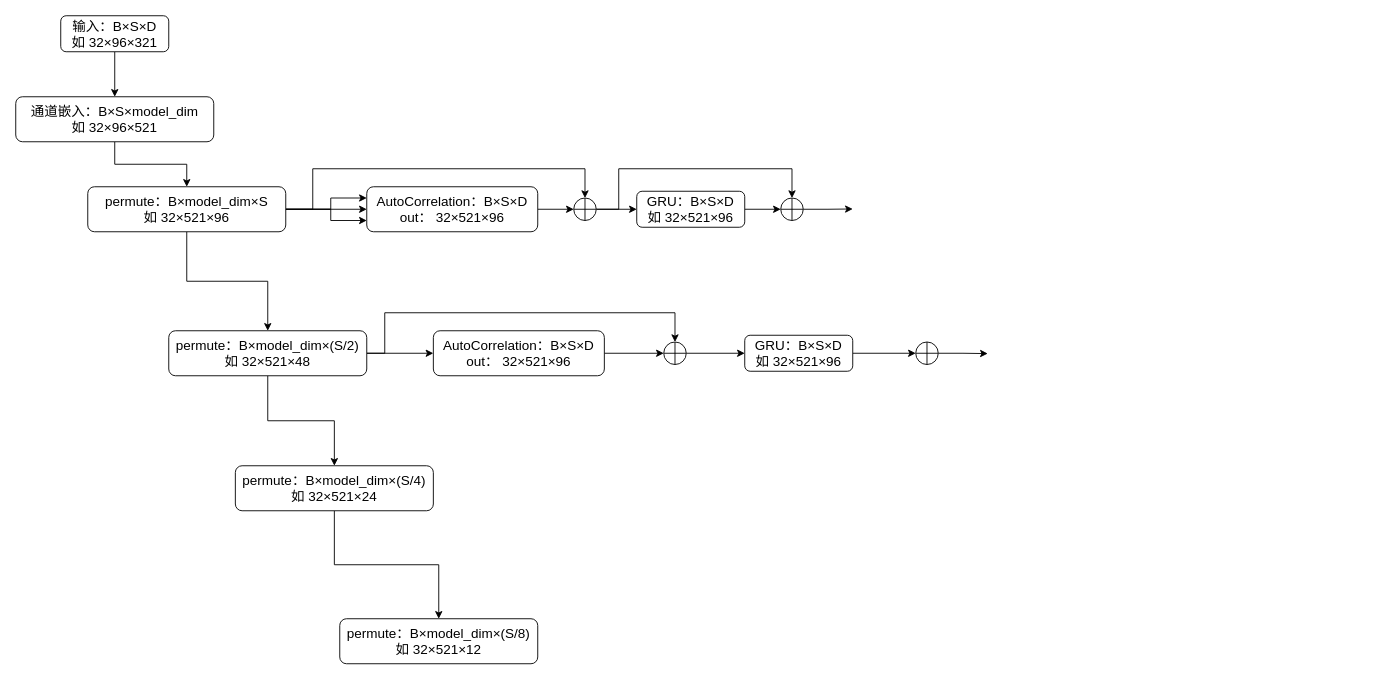
Above: 未命名绘图.drawio in dearRongerr/draw.io (draw.io), before the change. Source tidied: cells renumbered, new cells numbered last; positions are measured from the earlier drawing's top-left corner, leaving out a move shared by most shapes. Both pictures are drawn from the tidied source at 90%, with x=0, y=0 at pixel (15, 15).
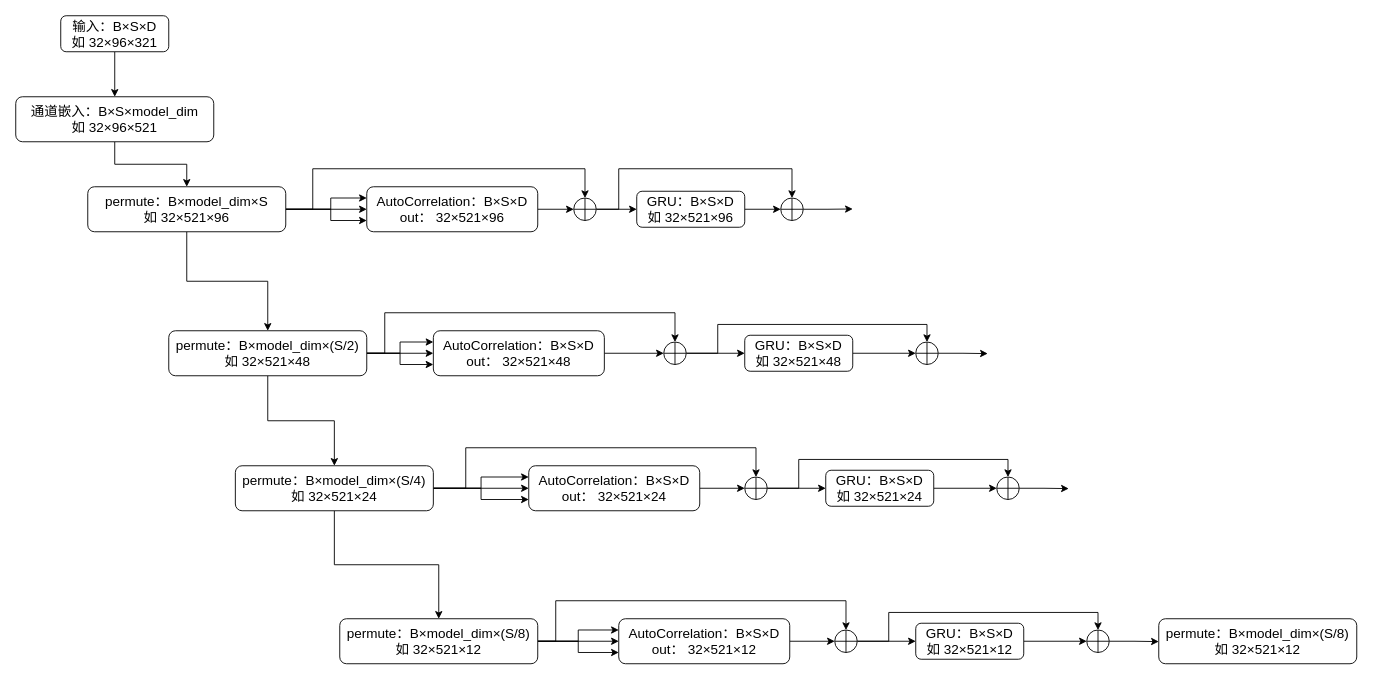
After the change.

Commit message (it also covers changes not shown here):
更新未命名绘图.drawio

The change refers to these unchanged cells:
```xml
<mxCell id="15" value="&lt;font style=&quot;font-size: 15px;&quot;&gt;permute：B×model_dim&lt;/font&gt;&lt;span style=&quot;font-size: 15px;&quot;&gt;×(S/2)&lt;/span&gt;&lt;div&gt;&lt;font style=&quot;font-size: 15px;&quot;&gt;如 32×521×48&lt;/font&gt;&lt;/div&gt;" style="rounded=1;whiteSpace=wrap;html=1;" parent="1" vertex="1">
  <mxGeometry x="170" y="350" width="220" height="50" as="geometry" />
</mxCell>
<mxCell id="17" value="&lt;font style=&quot;font-size: 15px;&quot;&gt;permute：B×model_dim&lt;/font&gt;&lt;span style=&quot;font-size: 15px;&quot;&gt;×(S/4)&lt;/span&gt;&lt;div&gt;&lt;font style=&quot;font-size: 15px;&quot;&gt;如 32×521×24&lt;/font&gt;&lt;/div&gt;" style="rounded=1;whiteSpace=wrap;html=1;" parent="1" vertex="1">
  <mxGeometry x="244" y="500" width="220" height="50" as="geometry" />
</mxCell>
<mxCell id="18" value="&lt;font style=&quot;font-size: 15px;&quot;&gt;permute：B×model_dim&lt;/font&gt;&lt;span style=&quot;font-size: 15px;&quot;&gt;×(S/8)&lt;/span&gt;&lt;div&gt;&lt;font style=&quot;font-size: 15px;&quot;&gt;如 32×521×12&lt;/font&gt;&lt;/div&gt;" style="rounded=1;whiteSpace=wrap;html=1;" parent="1" vertex="1">
  <mxGeometry x="360" y="670" width="220" height="50" as="geometry" />
</mxCell>
```

The edit, as a diff of the source:
```diff
@@
+    <mxCell id="36" style="edgeStyle=orthogonalEdgeStyle;rounded=0;jettySize=auto;html=1;exitX=1;exitY=0.5;exitDx=0;exitDy=0;entryX=0;entryY=0.25;entryDx=0;entryDy=0;fontFamily=Helvetica;fontSize=12;fontColor=default;" parent="1" edge="1" source="15" target="29">
+      <mxGeometry relative="1" as="geometry" />
+    </mxCell>
+    <mxCell id="37" style="edgeStyle=orthogonalEdgeStyle;rounded=0;jettySize=auto;html=1;exitX=1;exitY=0.5;exitDx=0;exitDy=0;entryX=0;entryY=0.75;entryDx=0;entryDy=0;fontFamily=Helvetica;fontSize=12;fontColor=default;" parent="1" edge="1" source="15" target="29">
+      <mxGeometry relative="1" as="geometry" />
+    </mxCell>
@@
+    <mxCell id="38" style="edgeStyle=orthogonalEdgeStyle;rounded=0;jettySize=auto;html=1;exitX=1;exitY=0.5;exitDx=0;exitDy=0;fontFamily=Helvetica;fontSize=12;fontColor=default;" parent="1" edge="1" source="17" target="49">
+      <mxGeometry relative="1" as="geometry" />
+    </mxCell>
+    <mxCell id="39" style="edgeStyle=orthogonalEdgeStyle;rounded=0;jettySize=auto;html=1;exitX=1;exitY=0.5;exitDx=0;exitDy=0;entryX=0.5;entryY=0;entryDx=0;entryDy=0;fontFamily=Helvetica;fontSize=12;fontColor=default;" parent="1" edge="1" source="17" target="52">
+      <mxGeometry relative="1" as="geometry">
+        <Array as="points">
+          <mxPoint x="500" y="525" />
+          <mxPoint x="500" y="480" />
+          <mxPoint x="823" y="480" />
+        </Array>
+      </mxGeometry>
+    </mxCell>
+    <mxCell id="40" style="edgeStyle=orthogonalEdgeStyle;rounded=0;jettySize=auto;html=1;exitX=1;exitY=0.5;exitDx=0;exitDy=0;entryX=0;entryY=0.25;entryDx=0;entryDy=0;fontFamily=Helvetica;fontSize=12;fontColor=default;" parent="1" edge="1" source="17" target="49">
+      <mxGeometry relative="1" as="geometry" />
+    </mxCell>
+    <mxCell id="41" style="edgeStyle=orthogonalEdgeStyle;rounded=0;jettySize=auto;html=1;exitX=1;exitY=0.5;exitDx=0;exitDy=0;entryX=0;entryY=0.75;entryDx=0;entryDy=0;fontFamily=Helvetica;fontSize=12;fontColor=default;" parent="1" edge="1" source="17" target="49">
+      <mxGeometry relative="1" as="geometry" />
+    </mxCell>
@@
+    <mxCell id="42" style="edgeStyle=orthogonalEdgeStyle;rounded=0;jettySize=auto;html=1;exitX=1;exitY=0.5;exitDx=0;exitDy=0;entryX=0;entryY=0.5;entryDx=0;entryDy=0;fontFamily=Helvetica;fontSize=12;fontColor=default;" parent="1" edge="1" source="18" target="58">
+      <mxGeometry relative="1" as="geometry" />
+    </mxCell>
+    <mxCell id="43" style="edgeStyle=orthogonalEdgeStyle;rounded=0;jettySize=auto;html=1;exitX=1;exitY=0.5;exitDx=0;exitDy=0;entryX=0.5;entryY=0;entryDx=0;entryDy=0;fontFamily=Helvetica;fontSize=12;fontColor=default;" parent="1" edge="1" source="18" target="61">
+      <mxGeometry relative="1" as="geometry">
+        <Array as="points">
+          <mxPoint x="600" y="695" />
+          <mxPoint x="600" y="650" />
+          <mxPoint x="923" y="650" />
+        </Array>
+      </mxGeometry>
+    </mxCell>
+    <mxCell id="44" style="edgeStyle=orthogonalEdgeStyle;rounded=0;jettySize=auto;html=1;exitX=1;exitY=0.5;exitDx=0;exitDy=0;entryX=0;entryY=0.25;entryDx=0;entryDy=0;fontFamily=Helvetica;fontSize=12;fontColor=default;" parent="1" edge="1" source="18" target="58">
+      <mxGeometry relative="1" as="geometry" />
+    </mxCell>
+    <mxCell id="45" style="edgeStyle=orthogonalEdgeStyle;rounded=0;jettySize=auto;html=1;exitX=1;exitY=0.5;exitDx=0;exitDy=0;entryX=0;entryY=0.75;entryDx=0;entryDy=0;fontFamily=Helvetica;fontSize=12;fontColor=default;" parent="1" edge="1" source="18" target="58">
+      <mxGeometry relative="1" as="geometry" />
+    </mxCell>
@@
+    <mxCell id="28" style="edgeStyle=orthogonalEdgeStyle;rounded=0;jettySize=auto;html=1;exitX=1;exitY=0.5;exitDx=0;exitDy=0;entryX=0;entryY=0.5;entryDx=0;entryDy=0;fontFamily=Helvetica;fontSize=12;fontColor=default;" parent="1" edge="1" source="29" target="31">
+      <mxGeometry relative="1" as="geometry" />
+    </mxCell>
+    <mxCell id="29" value="&lt;font style=&quot;font-size: 15px;&quot;&gt;AutoCorrelation：B×S×D&lt;/font&gt;&lt;div&gt;&lt;font style=&quot;font-size: 15px;&quot;&gt;out： 32×521×48&lt;/font&gt;&lt;/div&gt;" style="rounded=1;whiteSpace=wrap;html=1;" parent="1" vertex="1">
+      <mxGeometry x="464" y="350" width="190" height="50" as="geometry" />
+    </mxCell>
+    <mxCell id="30" style="edgeStyle=orthogonalEdgeStyle;rounded=0;jettySize=auto;html=1;exitX=1;exitY=0.5;exitDx=0;exitDy=0;entryX=0;entryY=0.5;entryDx=0;entryDy=0;fontFamily=Helvetica;fontSize=12;fontColor=default;" parent="1" edge="1" source="31" target="33">
+      <mxGeometry relative="1" as="geometry" />
+    </mxCell>
+    <mxCell id="46" style="edgeStyle=orthogonalEdgeStyle;rounded=0;jettySize=auto;html=1;exitX=1;exitY=0.5;exitDx=0;exitDy=0;entryX=0.5;entryY=0;entryDx=0;entryDy=0;fontFamily=Helvetica;fontSize=12;fontColor=default;" parent="1" edge="1" source="31" target="35">
+      <mxGeometry relative="1" as="geometry">
+        <Array as="points">
+          <mxPoint x="780" y="375" />
+          <mxPoint x="780" y="343" />
+          <mxPoint x="1013" y="343" />
+        </Array>
+      </mxGeometry>
+    </mxCell>
+    <mxCell id="31" style="shape=orEllipse;perimeter=ellipsePerimeter;whiteSpace=wrap;html=1;backgroundOutline=1;rounded=1;strokeColor=default;align=center;verticalAlign=middle;fontFamily=Helvetica;fontSize=12;fontColor=default;fillColor=default;" parent="1" vertex="1">
+      <mxGeometry x="720" y="362.5" width="25" height="25" as="geometry" />
+    </mxCell>
+    <mxCell id="32" style="edgeStyle=orthogonalEdgeStyle;rounded=0;jettySize=auto;html=1;exitX=1;exitY=0.5;exitDx=0;exitDy=0;entryX=0;entryY=0.5;entryDx=0;entryDy=0;fontFamily=Helvetica;fontSize=12;fontColor=default;" parent="1" edge="1" source="33" target="35">
+      <mxGeometry relative="1" as="geometry" />
+    </mxCell>
+    <mxCell id="33" value="&lt;font style=&quot;font-size: 15px;&quot;&gt;GRU：B×S×D&lt;/font&gt;&lt;div&gt;&lt;font style=&quot;font-size: 15px;&quot;&gt;如 32×521×48&lt;/font&gt;&lt;/div&gt;" style="rounded=1;whiteSpace=wrap;html=1;" parent="1" vertex="1">
+      <mxGeometry x="810" y="355" width="120" height="40" as="geometry" />
+    </mxCell>
+    <mxCell id="34" style="edgeStyle=orthogonalEdgeStyle;rounded=0;jettySize=auto;html=1;exitX=1;exitY=0.5;exitDx=0;exitDy=0;fontFamily=Helvetica;fontSize=12;fontColor=default;" parent="1" edge="1" source="35">
+      <mxGeometry relative="1" as="geometry">
+        <mxPoint x="1080" y="375.4" as="targetPoint" />
+      </mxGeometry>
+    </mxCell>
+    <mxCell id="35" style="shape=orEllipse;perimeter=ellipsePerimeter;whiteSpace=wrap;html=1;backgroundOutline=1;rounded=1;strokeColor=default;align=center;verticalAlign=middle;fontFamily=Helvetica;fontSize=12;fontColor=default;fillColor=default;" parent="1" vertex="1">
+      <mxGeometry x="1000" y="362.5" width="25" height="25" as="geometry" />
+    </mxCell>
+    <mxCell id="47" style="group;" parent="1" vertex="1">
+      <mxGeometry x="390" y="170" width="540" height="70" as="geometry" />
+    </mxCell>
-    <mxCell id="19" style="edgeStyle=orthogonalEdgeStyle;rounded=0;jettySize=auto;html=1;exitX=1;exitY=0.5;exitDx=0;exitDy=0;entryX=0;entryY=0.5;entryDx=0;entryDy=0;fontFamily=Helvetica;fontSize=12;fontColor=default;" parent="1" edge="1" source="20" target="23">
+    <mxCell id="19" style="edgeStyle=orthogonalEdgeStyle;rounded=0;jettySize=auto;html=1;exitX=1;exitY=0.5;exitDx=0;exitDy=0;entryX=0;entryY=0.5;entryDx=0;entryDy=0;fontFamily=Helvetica;fontSize=12;fontColor=default;" parent="47" edge="1" source="20" target="23">
       <mxGeometry relative="1" as="geometry" />
     </mxCell>
-    <mxCell id="20" value="&lt;font style=&quot;font-size: 15px;&quot;&gt;AutoCorrelation：B×S×D&lt;/font&gt;&lt;div&gt;&lt;font style=&quot;font-size: 15px;&quot;&gt;out： 32×521×96&lt;/font&gt;&lt;/div&gt;" style="rounded=1;whiteSpace=wrap;html=1;" parent="1" vertex="1">
-      <mxGeometry x="390" y="190" width="190" height="50" as="geometry" />
+    <mxCell id="20" value="&lt;font style=&quot;font-size: 15px;&quot;&gt;AutoCorrelation：B×S×D&lt;/font&gt;&lt;div&gt;&lt;font style=&quot;font-size: 15px;&quot;&gt;out： 32×521×96&lt;/font&gt;&lt;/div&gt;" style="rounded=1;whiteSpace=wrap;html=1;" parent="47" vertex="1">
+      <mxGeometry y="20" width="190" height="50" as="geometry" />
     </mxCell>
-    <mxCell id="21" style="edgeStyle=orthogonalEdgeStyle;rounded=0;jettySize=auto;html=1;exitX=1;exitY=0.5;exitDx=0;exitDy=0;entryX=0;entryY=0.5;entryDx=0;entryDy=0;fontFamily=Helvetica;fontSize=12;fontColor=default;" parent="1" edge="1" source="23" target="25">
+    <mxCell id="21" style="edgeStyle=orthogonalEdgeStyle;rounded=0;jettySize=auto;html=1;exitX=1;exitY=0.5;exitDx=0;exitDy=0;entryX=0;entryY=0.5;entryDx=0;entryDy=0;fontFamily=Helvetica;fontSize=12;fontColor=default;" parent="47" edge="1" source="23" target="25">
       <mxGeometry relative="1" as="geometry" />
     </mxCell>
-    <mxCell id="22" style="edgeStyle=orthogonalEdgeStyle;rounded=0;jettySize=auto;html=1;exitX=1;exitY=0.5;exitDx=0;exitDy=0;entryX=0.5;entryY=0;entryDx=0;entryDy=0;fontFamily=Helvetica;fontSize=12;fontColor=default;" parent="1" edge="1" source="23" target="27">
+    <mxCell id="22" style="edgeStyle=orthogonalEdgeStyle;rounded=0;jettySize=auto;html=1;exitX=1;exitY=0.5;exitDx=0;exitDy=0;entryX=0.5;entryY=0;entryDx=0;entryDy=0;fontFamily=Helvetica;fontSize=12;fontColor=default;" parent="47" edge="1" source="23" target="27">
       <mxGeometry relative="1" as="geometry">
         <Array as="points">
-          <mxPoint x="670" y="215" />
-          <mxPoint x="670" y="170" />
-          <mxPoint x="863" y="170" />
+          <mxPoint x="280" y="45" />
+          <mxPoint x="280" />
+          <mxPoint x="473" />
         </Array>
       </mxGeometry>
     </mxCell>
-    <mxCell id="23" style="shape=orEllipse;perimeter=ellipsePerimeter;whiteSpace=wrap;html=1;backgroundOutline=1;rounded=1;strokeColor=default;align=center;verticalAlign=middle;fontFamily=Helvetica;fontSize=12;fontColor=default;fillColor=default;" parent="1" vertex="1">
-      <mxGeometry x="620" y="202.5" width="25" height="25" as="geometry" />
+    <mxCell id="23" style="shape=orEllipse;perimeter=ellipsePerimeter;whiteSpace=wrap;html=1;backgroundOutline=1;rounded=1;strokeColor=default;align=center;verticalAlign=middle;fontFamily=Helvetica;fontSize=12;fontColor=default;fillColor=default;" parent="47" vertex="1">
+      <mxGeometry x="230" y="32.5" width="25" height="25" as="geometry" />
     </mxCell>
-    <mxCell id="24" style="edgeStyle=orthogonalEdgeStyle;rounded=0;jettySize=auto;html=1;exitX=1;exitY=0.5;exitDx=0;exitDy=0;entryX=0;entryY=0.5;entryDx=0;entryDy=0;fontFamily=Helvetica;fontSize=12;fontColor=default;" parent="1" edge="1" source="25" target="27">
+    <mxCell id="24" style="edgeStyle=orthogonalEdgeStyle;rounded=0;jettySize=auto;html=1;exitX=1;exitY=0.5;exitDx=0;exitDy=0;entryX=0;entryY=0.5;entryDx=0;entryDy=0;fontFamily=Helvetica;fontSize=12;fontColor=default;" parent="47" edge="1" source="25" target="27">
       <mxGeometry relative="1" as="geometry" />
     </mxCell>
-    <mxCell id="25" value="&lt;font style=&quot;font-size: 15px;&quot;&gt;GRU：B×S×D&lt;/font&gt;&lt;div&gt;&lt;font style=&quot;font-size: 15px;&quot;&gt;如 32×521×96&lt;/font&gt;&lt;/div&gt;" style="rounded=1;whiteSpace=wrap;html=1;" parent="1" vertex="1">
-      <mxGeometry x="690" y="195" width="120" height="40" as="geometry" />
+    <mxCell id="25" value="&lt;font style=&quot;font-size: 15px;&quot;&gt;GRU：B×S×D&lt;/font&gt;&lt;div&gt;&lt;font style=&quot;font-size: 15px;&quot;&gt;如 32×521×96&lt;/font&gt;&lt;/div&gt;" style="rounded=1;whiteSpace=wrap;html=1;" parent="47" vertex="1">
+      <mxGeometry x="300" y="25" width="120" height="40" as="geometry" />
     </mxCell>
-    <mxCell id="26" style="edgeStyle=orthogonalEdgeStyle;rounded=0;jettySize=auto;html=1;exitX=1;exitY=0.5;exitDx=0;exitDy=0;fontFamily=Helvetica;fontSize=12;fontColor=default;" parent="1" edge="1" source="27">
+    <mxCell id="26" style="edgeStyle=orthogonalEdgeStyle;rounded=0;jettySize=auto;html=1;exitX=1;exitY=0.5;exitDx=0;exitDy=0;fontFamily=Helvetica;fontSize=12;fontColor=default;" parent="47" edge="1" source="27">
       <mxGeometry relative="1" as="geometry">
-        <mxPoint x="930" y="214.7" as="targetPoint" />
+        <mxPoint x="540" y="44.7" as="targetPoint" />
       </mxGeometry>
     </mxCell>
-    <mxCell id="27" style="shape=orEllipse;perimeter=ellipsePerimeter;whiteSpace=wrap;html=1;backgroundOutline=1;rounded=1;strokeColor=default;align=center;verticalAlign=middle;fontFamily=Helvetica;fontSize=12;fontColor=default;fillColor=default;" parent="1" vertex="1">
-      <mxGeometry x="850" y="202.5" width="25" height="25" as="geometry" />
+    <mxCell id="27" style="shape=orEllipse;perimeter=ellipsePerimeter;whiteSpace=wrap;html=1;backgroundOutline=1;rounded=1;strokeColor=default;align=center;verticalAlign=middle;fontFamily=Helvetica;fontSize=12;fontColor=default;fillColor=default;" parent="47" vertex="1">
+      <mxGeometry x="460" y="32.5" width="25" height="25" as="geometry" />
     </mxCell>
-    <mxCell id="28" style="edgeStyle=orthogonalEdgeStyle;rounded=0;jettySize=auto;html=1;exitX=1;exitY=0.5;exitDx=0;exitDy=0;entryX=0;entryY=0.5;entryDx=0;entryDy=0;fontFamily=Helvetica;fontSize=12;fontColor=default;" parent="1" edge="1" source="29" target="31">
-      <mxGeometry relative="1" as="geometry" />
-    </mxCell>
-    <mxCell id="29" value="&lt;font style=&quot;font-size: 15px;&quot;&gt;AutoCorrelation：B×S×D&lt;/font&gt;&lt;div&gt;&lt;font style=&quot;font-size: 15px;&quot;&gt;out： 32×521×96&lt;/font&gt;&lt;/div&gt;" style="rounded=1;whiteSpace=wrap;html=1;" parent="1" vertex="1">
-      <mxGeometry x="464" y="350" width="190" height="50" as="geometry" />
-    </mxCell>
-    <mxCell id="30" style="edgeStyle=orthogonalEdgeStyle;rounded=0;jettySize=auto;html=1;exitX=1;exitY=0.5;exitDx=0;exitDy=0;entryX=0;entryY=0.5;entryDx=0;entryDy=0;fontFamily=Helvetica;fontSize=12;fontColor=default;" parent="1" edge="1" source="31" target="33">
-      <mxGeometry relative="1" as="geometry" />
-    </mxCell>
-    <mxCell id="31" style="shape=orEllipse;perimeter=ellipsePerimeter;whiteSpace=wrap;html=1;backgroundOutline=1;rounded=1;strokeColor=default;align=center;verticalAlign=middle;fontFamily=Helvetica;fontSize=12;fontColor=default;fillColor=default;" parent="1" vertex="1">
-      <mxGeometry x="720" y="362.5" width="25" height="25" as="geometry" />
-    </mxCell>
-    <mxCell id="32" style="edgeStyle=orthogonalEdgeStyle;rounded=0;jettySize=auto;html=1;exitX=1;exitY=0.5;exitDx=0;exitDy=0;entryX=0;entryY=0.5;entryDx=0;entryDy=0;fontFamily=Helvetica;fontSize=12;fontColor=default;" parent="1" edge="1" source="33" target="35">
-      <mxGeometry relative="1" as="geometry" />
-    </mxCell>
-    <mxCell id="33" value="&lt;font style=&quot;font-size: 15px;&quot;&gt;GRU：B×S×D&lt;/font&gt;&lt;div&gt;&lt;font style=&quot;font-size: 15px;&quot;&gt;如 32×521×96&lt;/font&gt;&lt;/div&gt;" style="rounded=1;whiteSpace=wrap;html=1;" parent="1" vertex="1">
-      <mxGeometry x="810" y="355" width="120" height="40" as="geometry" />
-    </mxCell>
-    <mxCell id="34" style="edgeStyle=orthogonalEdgeStyle;rounded=0;jettySize=auto;html=1;exitX=1;exitY=0.5;exitDx=0;exitDy=0;fontFamily=Helvetica;fontSize=12;fontColor=default;" parent="1" edge="1" source="35">
-      <mxGeometry relative="1" as="geometry">
-        <mxPoint x="1080" y="375.4" as="targetPoint" />
-      </mxGeometry>
-    </mxCell>
-    <mxCell id="35" style="shape=orEllipse;perimeter=ellipsePerimeter;whiteSpace=wrap;html=1;backgroundOutline=1;rounded=1;strokeColor=default;align=center;verticalAlign=middle;fontFamily=Helvetica;fontSize=12;fontColor=default;fillColor=default;" parent="1" vertex="1">
-      <mxGeometry x="1000" y="362.5" width="25" height="25" as="geometry" />
-    </mxCell>
+    <mxCell id="48" style="edgeStyle=orthogonalEdgeStyle;rounded=0;jettySize=auto;html=1;exitX=1;exitY=0.5;exitDx=0;exitDy=0;entryX=0;entryY=0.5;entryDx=0;entryDy=0;fontFamily=Helvetica;fontSize=12;fontColor=default;" parent="1" edge="1" source="49" target="52">
+      <mxGeometry relative="1" as="geometry" />
+    </mxCell>
+    <mxCell id="49" value="&lt;font style=&quot;font-size: 15px;&quot;&gt;AutoCorrelation：B×S×D&lt;/font&gt;&lt;div&gt;&lt;font style=&quot;font-size: 15px;&quot;&gt;out： 32×521×24&lt;/font&gt;&lt;/div&gt;" style="rounded=1;whiteSpace=wrap;html=1;" parent="1" vertex="1">
+      <mxGeometry x="570" y="500" width="190" height="50" as="geometry" />
+    </mxCell>
+    <mxCell id="50" style="edgeStyle=orthogonalEdgeStyle;rounded=0;jettySize=auto;html=1;exitX=1;exitY=0.5;exitDx=0;exitDy=0;entryX=0;entryY=0.5;entryDx=0;entryDy=0;fontFamily=Helvetica;fontSize=12;fontColor=default;" parent="1" edge="1" source="52" target="54">
+      <mxGeometry relative="1" as="geometry" />
+    </mxCell>
+    <mxCell id="51" style="edgeStyle=orthogonalEdgeStyle;rounded=0;jettySize=auto;html=1;exitX=1;exitY=0.5;exitDx=0;exitDy=0;entryX=0.5;entryY=0;entryDx=0;entryDy=0;fontFamily=Helvetica;fontSize=12;fontColor=default;" parent="1" edge="1" source="52" target="56">
+      <mxGeometry relative="1" as="geometry">
+        <Array as="points">
+          <mxPoint x="870" y="525" />
+          <mxPoint x="870" y="493" />
+          <mxPoint x="1103" y="493" />
+        </Array>
+      </mxGeometry>
+    </mxCell>
+    <mxCell id="52" style="shape=orEllipse;perimeter=ellipsePerimeter;whiteSpace=wrap;html=1;backgroundOutline=1;rounded=1;strokeColor=default;align=center;verticalAlign=middle;fontFamily=Helvetica;fontSize=12;fontColor=default;fillColor=default;" parent="1" vertex="1">
+      <mxGeometry x="810" y="512.5" width="25" height="25" as="geometry" />
+    </mxCell>
+    <mxCell id="53" style="edgeStyle=orthogonalEdgeStyle;rounded=0;jettySize=auto;html=1;exitX=1;exitY=0.5;exitDx=0;exitDy=0;entryX=0;entryY=0.5;entryDx=0;entryDy=0;fontFamily=Helvetica;fontSize=12;fontColor=default;" parent="1" edge="1" source="54" target="56">
+      <mxGeometry relative="1" as="geometry" />
+    </mxCell>
+    <mxCell id="54" value="&lt;font style=&quot;font-size: 15px;&quot;&gt;GRU：B×S×D&lt;/font&gt;&lt;div&gt;&lt;font style=&quot;font-size: 15px;&quot;&gt;如 32×521×24&lt;/font&gt;&lt;/div&gt;" style="rounded=1;whiteSpace=wrap;html=1;" parent="1" vertex="1">
+      <mxGeometry x="900" y="505" width="120" height="40" as="geometry" />
+    </mxCell>
+    <mxCell id="55" style="edgeStyle=orthogonalEdgeStyle;rounded=0;jettySize=auto;html=1;exitX=1;exitY=0.5;exitDx=0;exitDy=0;fontFamily=Helvetica;fontSize=12;fontColor=default;" parent="1" edge="1" source="56">
+      <mxGeometry relative="1" as="geometry">
+        <mxPoint x="1170" y="525.4" as="targetPoint" />
+      </mxGeometry>
+    </mxCell>
+    <mxCell id="56" style="shape=orEllipse;perimeter=ellipsePerimeter;whiteSpace=wrap;html=1;backgroundOutline=1;rounded=1;strokeColor=default;align=center;verticalAlign=middle;fontFamily=Helvetica;fontSize=12;fontColor=default;fillColor=default;" parent="1" vertex="1">
+      <mxGeometry x="1090" y="512.5" width="25" height="25" as="geometry" />
+    </mxCell>
+    <mxCell id="57" style="edgeStyle=orthogonalEdgeStyle;rounded=0;jettySize=auto;html=1;exitX=1;exitY=0.5;exitDx=0;exitDy=0;entryX=0;entryY=0.5;entryDx=0;entryDy=0;fontFamily=Helvetica;fontSize=12;fontColor=default;" parent="1" edge="1" source="58" target="61">
+      <mxGeometry relative="1" as="geometry" />
+    </mxCell>
+    <mxCell id="58" value="&lt;font style=&quot;font-size: 15px;&quot;&gt;AutoCorrelation：B×S×D&lt;/font&gt;&lt;div&gt;&lt;font style=&quot;font-size: 15px;&quot;&gt;out： 32×521×12&lt;/font&gt;&lt;/div&gt;" style="rounded=1;whiteSpace=wrap;html=1;" parent="1" vertex="1">
+      <mxGeometry x="670" y="670" width="190" height="50" as="geometry" />
+    </mxCell>
+    <mxCell id="59" style="edgeStyle=orthogonalEdgeStyle;rounded=0;jettySize=auto;html=1;exitX=1;exitY=0.5;exitDx=0;exitDy=0;entryX=0;entryY=0.5;entryDx=0;entryDy=0;fontFamily=Helvetica;fontSize=12;fontColor=default;" parent="1" edge="1" source="61" target="63">
+      <mxGeometry relative="1" as="geometry" />
+    </mxCell>
+    <mxCell id="60" style="edgeStyle=orthogonalEdgeStyle;rounded=0;jettySize=auto;html=1;exitX=1;exitY=0.5;exitDx=0;exitDy=0;entryX=0.5;entryY=0;entryDx=0;entryDy=0;fontFamily=Helvetica;fontSize=12;fontColor=default;" parent="1" edge="1" source="61" target="65">
+      <mxGeometry relative="1" as="geometry">
+        <Array as="points">
+          <mxPoint x="970" y="695" />
+          <mxPoint x="970" y="663" />
+          <mxPoint x="1203" y="663" />
+        </Array>
+      </mxGeometry>
+    </mxCell>
+    <mxCell id="61" style="shape=orEllipse;perimeter=ellipsePerimeter;whiteSpace=wrap;html=1;backgroundOutline=1;rounded=1;strokeColor=default;align=center;verticalAlign=middle;fontFamily=Helvetica;fontSize=12;fontColor=default;fillColor=default;" parent="1" vertex="1">
+      <mxGeometry x="910" y="682.5" width="25" height="25" as="geometry" />
+    </mxCell>
+    <mxCell id="62" style="edgeStyle=orthogonalEdgeStyle;rounded=0;jettySize=auto;html=1;exitX=1;exitY=0.5;exitDx=0;exitDy=0;entryX=0;entryY=0.5;entryDx=0;entryDy=0;fontFamily=Helvetica;fontSize=12;fontColor=default;" parent="1" edge="1" source="63" target="65">
+      <mxGeometry relative="1" as="geometry" />
+    </mxCell>
+    <mxCell id="63" value="&lt;font style=&quot;font-size: 15px;&quot;&gt;GRU：B×S×D&lt;/font&gt;&lt;div&gt;&lt;font style=&quot;font-size: 15px;&quot;&gt;如 32×521×12&lt;/font&gt;&lt;/div&gt;" style="rounded=1;whiteSpace=wrap;html=1;" parent="1" vertex="1">
+      <mxGeometry x="1000" y="675" width="120" height="40" as="geometry" />
+    </mxCell>
+    <mxCell id="64" style="edgeStyle=orthogonalEdgeStyle;rounded=0;jettySize=auto;html=1;exitX=1;exitY=0.5;exitDx=0;exitDy=0;fontFamily=Helvetica;fontSize=12;fontColor=default;" parent="1" edge="1" source="65">
+      <mxGeometry relative="1" as="geometry">
+        <mxPoint x="1270" y="695.4" as="targetPoint" />
+      </mxGeometry>
+    </mxCell>
+    <mxCell id="65" style="shape=orEllipse;perimeter=ellipsePerimeter;whiteSpace=wrap;html=1;backgroundOutline=1;rounded=1;strokeColor=default;align=center;verticalAlign=middle;fontFamily=Helvetica;fontSize=12;fontColor=default;fillColor=default;" parent="1" vertex="1">
+      <mxGeometry x="1190" y="682.5" width="25" height="25" as="geometry" />
+    </mxCell>
+    <mxCell id="66" value="&lt;font style=&quot;font-size: 15px;&quot;&gt;permute：B×model_dim&lt;/font&gt;&lt;span style=&quot;font-size: 15px;&quot;&gt;×(S/8)&lt;/span&gt;&lt;div&gt;&lt;font style=&quot;font-size: 15px;&quot;&gt;如 32×521×12&lt;/font&gt;&lt;/div&gt;" style="rounded=1;whiteSpace=wrap;html=1;" parent="1" vertex="1">
+      <mxGeometry x="1270" y="670" width="220" height="50" as="geometry" />
+    </mxCell>
```
